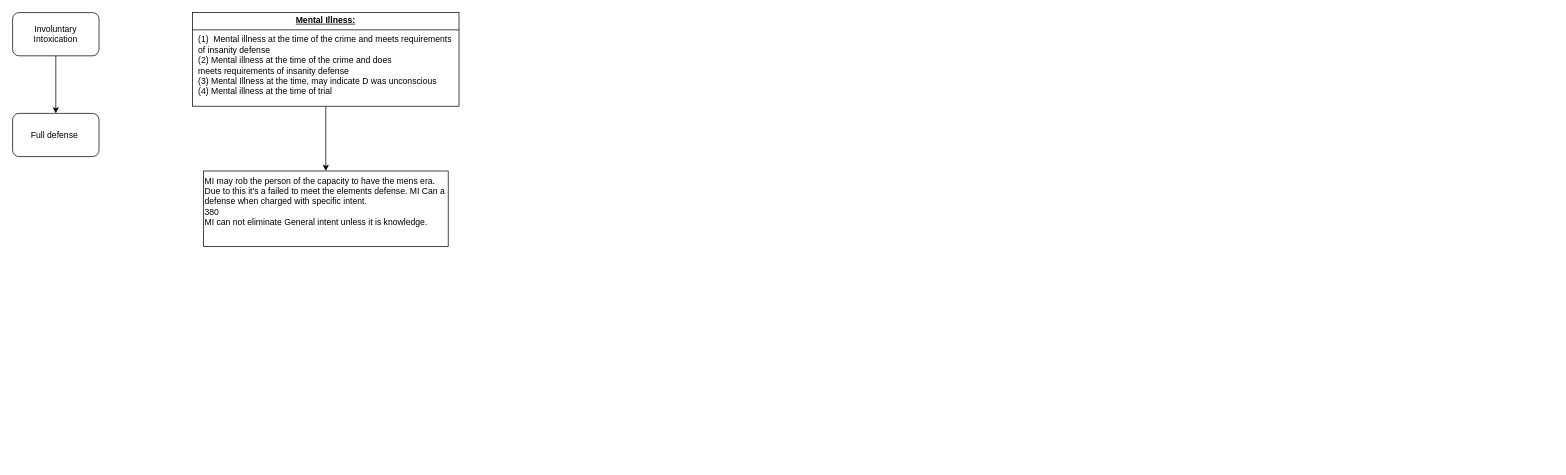
The draw.io diagram page "Defenses" (5 of 7) of Crim.drawio in Jdcruz831/law-school, before the edit. Source tidied: cells renumbered, new cells numbered last; positions are measured from the earlier drawing's top-left corner, leaving out a move shared by most shapes. Both pictures are drawn from the tidied source at 72%, with x=0, y=0 at pixel (12, 12).
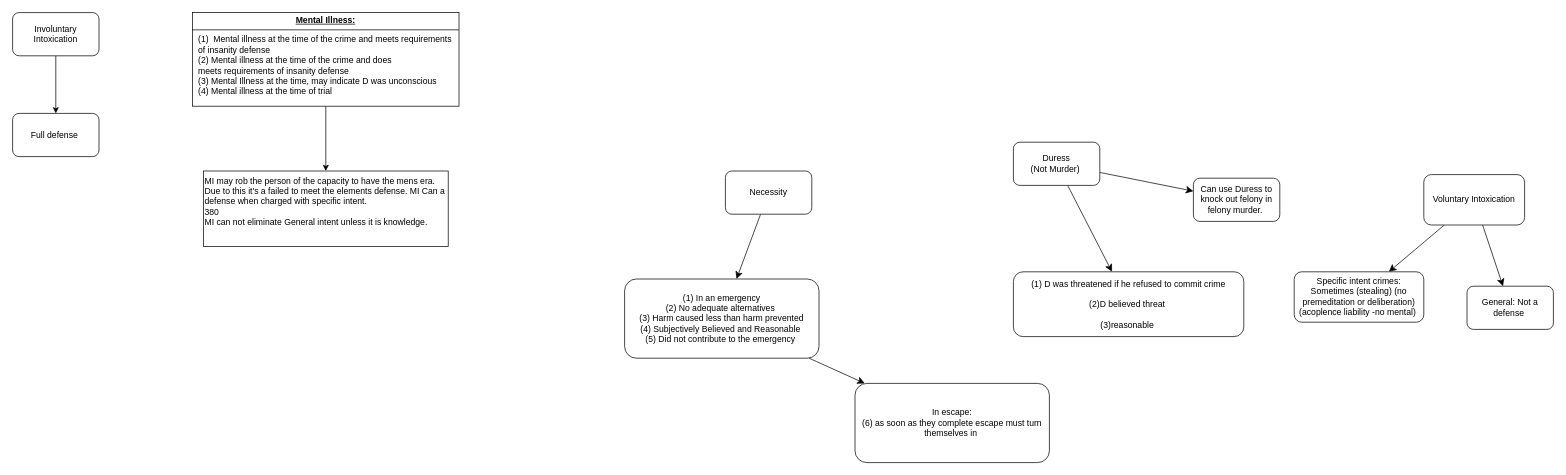
Above is the later version.

What changed in the source:
```diff
@@
+    <mxCell id="8" style="edgeStyle=none;curved=1;rounded=0;jettySize=auto;html=1;fontSize=12;startSize=8;endSize=8;" parent="1" edge="1" source="9" target="11">
+      <mxGeometry relative="1" as="geometry" />
+    </mxCell>
+    <mxCell id="9" value="Necessity" style="rounded=1;whiteSpace=wrap;html=1;" parent="1" vertex="1">
+      <mxGeometry x="990" y="220" width="120" height="60" as="geometry" />
+    </mxCell>
+    <mxCell id="10" style="edgeStyle=none;curved=1;rounded=0;jettySize=auto;html=1;fontSize=12;startSize=8;endSize=8;" parent="1" edge="1" source="11" target="12">
+      <mxGeometry relative="1" as="geometry" />
+    </mxCell>
+    <mxCell id="11" value="(1) In an emergency&lt;div&gt;(2) No adequate alternatives&amp;nbsp;&lt;/div&gt;&lt;div&gt;(3) Harm caused less than harm prevented&lt;/div&gt;&lt;div&gt;(4) Subjectively Believed and Reasonable&amp;nbsp;&lt;/div&gt;&lt;div&gt;(5) Did not contribute to the emergency&amp;nbsp;&lt;/div&gt;" style="rounded=1;whiteSpace=wrap;html=1;" parent="1" vertex="1">
+      <mxGeometry x="850" y="370" width="270" height="110" as="geometry" />
+    </mxCell>
+    <mxCell id="12" value="&lt;div&gt;In escape:&lt;/div&gt;&lt;div&gt;(6) as soon as they complete escape must turn themselves in&amp;nbsp;&lt;/div&gt;" style="rounded=1;whiteSpace=wrap;html=1;" parent="1" vertex="1">
+      <mxGeometry x="1170" y="515" width="270" height="110" as="geometry" />
+    </mxCell>
+    <mxCell id="13" style="edgeStyle=none;curved=1;rounded=0;jettySize=auto;html=1;fontSize=12;startSize=8;endSize=8;" parent="1" edge="1" source="15" target="16">
+      <mxGeometry relative="1" as="geometry" />
+    </mxCell>
+    <mxCell id="14" style="edgeStyle=none;curved=1;rounded=0;jettySize=auto;html=1;fontSize=12;startSize=8;endSize=8;" parent="1" edge="1" source="15" target="17">
+      <mxGeometry relative="1" as="geometry" />
+    </mxCell>
+    <mxCell id="15" value="Duress&lt;div&gt;(Not Murder)&amp;nbsp;&lt;/div&gt;" style="rounded=1;whiteSpace=wrap;html=1;" parent="1" vertex="1">
+      <mxGeometry x="1390" y="180" width="120" height="60" as="geometry" />
+    </mxCell>
+    <mxCell id="16" value="(1) D was threatened if he refused to commit crime&lt;div&gt;&lt;br&gt;&lt;div&gt;(2)D believed threat&amp;nbsp;&lt;/div&gt;&lt;div&gt;&lt;br&gt;&lt;/div&gt;&lt;div&gt;(3)reasonable&amp;nbsp;&lt;/div&gt;&lt;/div&gt;" style="whiteSpace=wrap;html=1;rounded=1;" parent="1" vertex="1">
+      <mxGeometry x="1390" y="360" width="320" height="90" as="geometry" />
+    </mxCell>
+    <mxCell id="17" value="Can use Duress to knock out felony in felony murder.&amp;nbsp;" style="whiteSpace=wrap;html=1;rounded=1;" parent="1" vertex="1">
+      <mxGeometry x="1640" y="230" width="120" height="60" as="geometry" />
+    </mxCell>
+    <mxCell id="18" style="edgeStyle=none;curved=1;rounded=0;jettySize=auto;html=1;fontSize=12;startSize=8;endSize=8;" parent="1" edge="1" source="20" target="21">
+      <mxGeometry relative="1" as="geometry" />
+    </mxCell>
+    <mxCell id="19" style="edgeStyle=none;curved=1;rounded=0;jettySize=auto;html=1;fontSize=12;startSize=8;endSize=8;" parent="1" edge="1" source="20" target="22">
+      <mxGeometry relative="1" as="geometry" />
+    </mxCell>
+    <mxCell id="20" value="Voluntary Intoxication" style="rounded=1;whiteSpace=wrap;html=1;" parent="1" vertex="1">
+      <mxGeometry x="1960" y="225" width="140" height="70" as="geometry" />
+    </mxCell>
+    <mxCell id="21" value="Specific intent crimes: Sometimes (stealing) (no premeditation or deliberation) (acoplence liability -no mental)&amp;nbsp;" style="whiteSpace=wrap;html=1;rounded=1;" parent="1" vertex="1">
+      <mxGeometry x="1780" y="360" width="180" height="70" as="geometry" />
+    </mxCell>
+    <mxCell id="22" value="General: Not a defense&amp;nbsp;" style="whiteSpace=wrap;html=1;rounded=1;" parent="1" vertex="1">
+      <mxGeometry x="2020" y="380" width="120" height="60" as="geometry" />
+    </mxCell>
```
